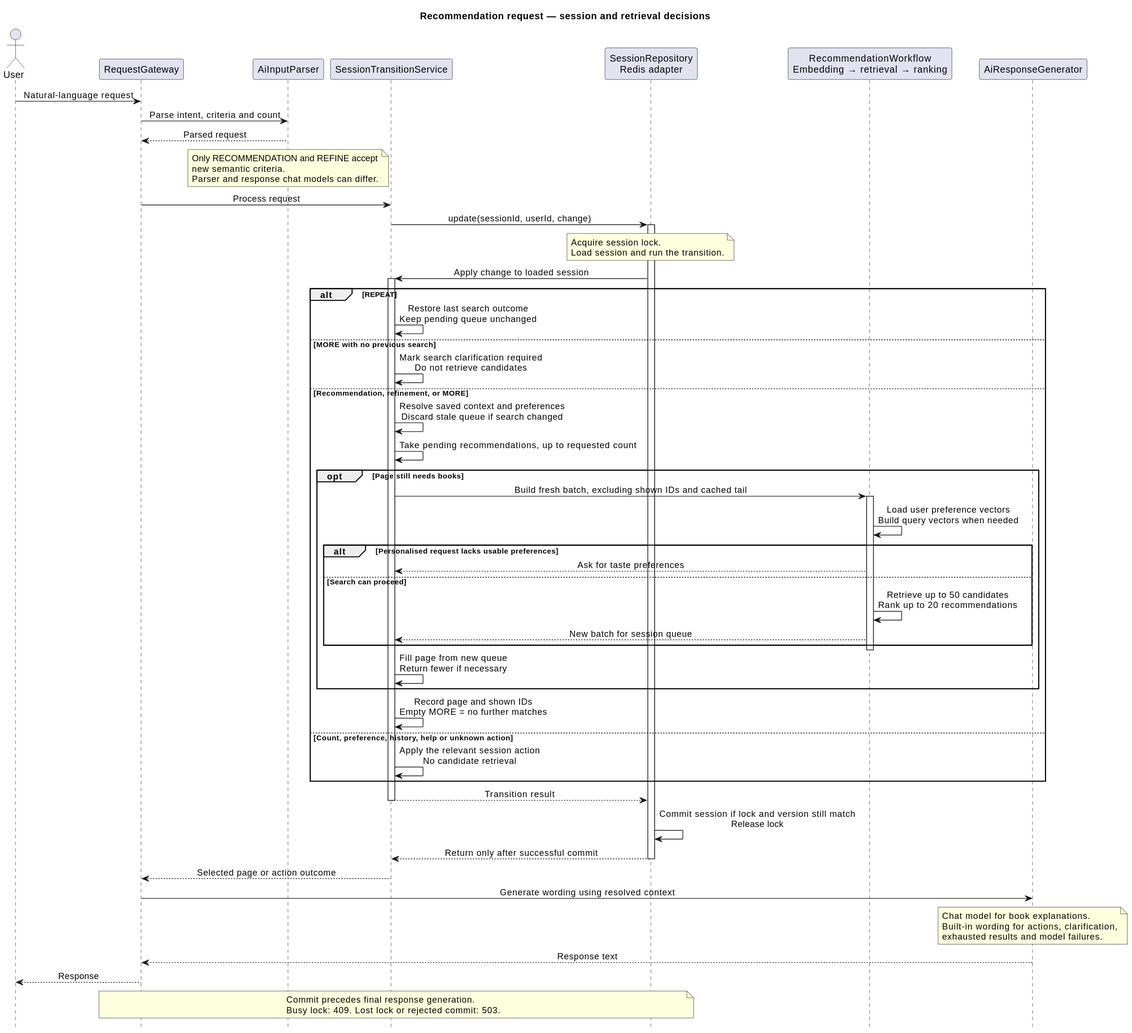
Above: docs/diagrams/recommendation-flow.svg in Juliu9/IT-Project (PlantUML), before the change. Source of this version:
```plantuml
@startuml
title Recommendation request — session and retrieval decisions
skinparam backgroundColor #FFFFFF
skinparam shadowing false
skinparam defaultFontName SansSerif
skinparam sequenceMessageAlign center
hide footbox

actor User
participant RequestGateway as Gateway
participant AiInputParser as Parser
participant SessionTransitionService as Transition
participant "SessionRepository\nRedis adapter" as Sessions
participant "RecommendationWorkflow\nEmbedding → retrieval → ranking" as Workflow
participant AiResponseGenerator as Response

User -> Gateway : Natural-language request
Gateway -> Parser : Parse intent, criteria and count
Parser --> Gateway : Parsed request
note over Parser
  Only RECOMMENDATION and REFINE accept
  new semantic criteria.
  Parser and response chat models can differ.
end note
Gateway -> Transition : Process request
Transition -> Sessions : update(sessionId, userId, change)
activate Sessions
note over Sessions
  Acquire session lock.
  Load session and run the transition.
end note
Sessions -> Transition : Apply change to loaded session
activate Transition

alt REPEAT
  Transition -> Transition : Restore last search outcome\nKeep pending queue unchanged
else MORE with no previous search
  Transition -> Transition : Mark search clarification required\nDo not retrieve candidates
else Recommendation, refinement, or MORE
  Transition -> Transition : Resolve saved context and preferences\nDiscard stale queue if search changed
  Transition -> Transition : Take pending recommendations, up to requested count
  opt Page still needs books
    Transition -> Workflow : Build fresh batch, excluding shown IDs and cached tail
    activate Workflow
    Workflow -> Workflow : Load user preference vectors\nBuild query vectors when needed
    alt Personalised request lacks usable preferences
      Workflow --> Transition : Ask for taste preferences
    else Search can proceed
      Workflow -> Workflow : Retrieve up to 50 candidates\nRank up to 20 recommendations
      Workflow --> Transition : New batch for session queue
    end
    deactivate Workflow
    Transition -> Transition : Fill page from new queue\nReturn fewer if necessary
  end
  Transition -> Transition : Record page and shown IDs\nEmpty MORE = no further matches
else Count, preference, history, help or unknown action
  Transition -> Transition : Apply the relevant session action\nNo candidate retrieval
end

Transition --> Sessions : Transition result
deactivate Transition
Sessions -> Sessions : Commit session if lock and version still match\nRelease lock
Sessions --> Transition : Return only after successful commit
deactivate Sessions
Transition --> Gateway : Selected page or action outcome
Gateway -> Response : Generate wording using resolved context
note over Response
  Chat model for book explanations.
  Built-in wording for actions, clarification,
  exhausted results and model failures.
end note
Response --> Gateway : Response text
Gateway --> User : Response
note over Gateway, Sessions
  Commit precedes final response generation.
  Busy lock: 409. Lost lock or rejected commit: 503.
end note
@enduml
```
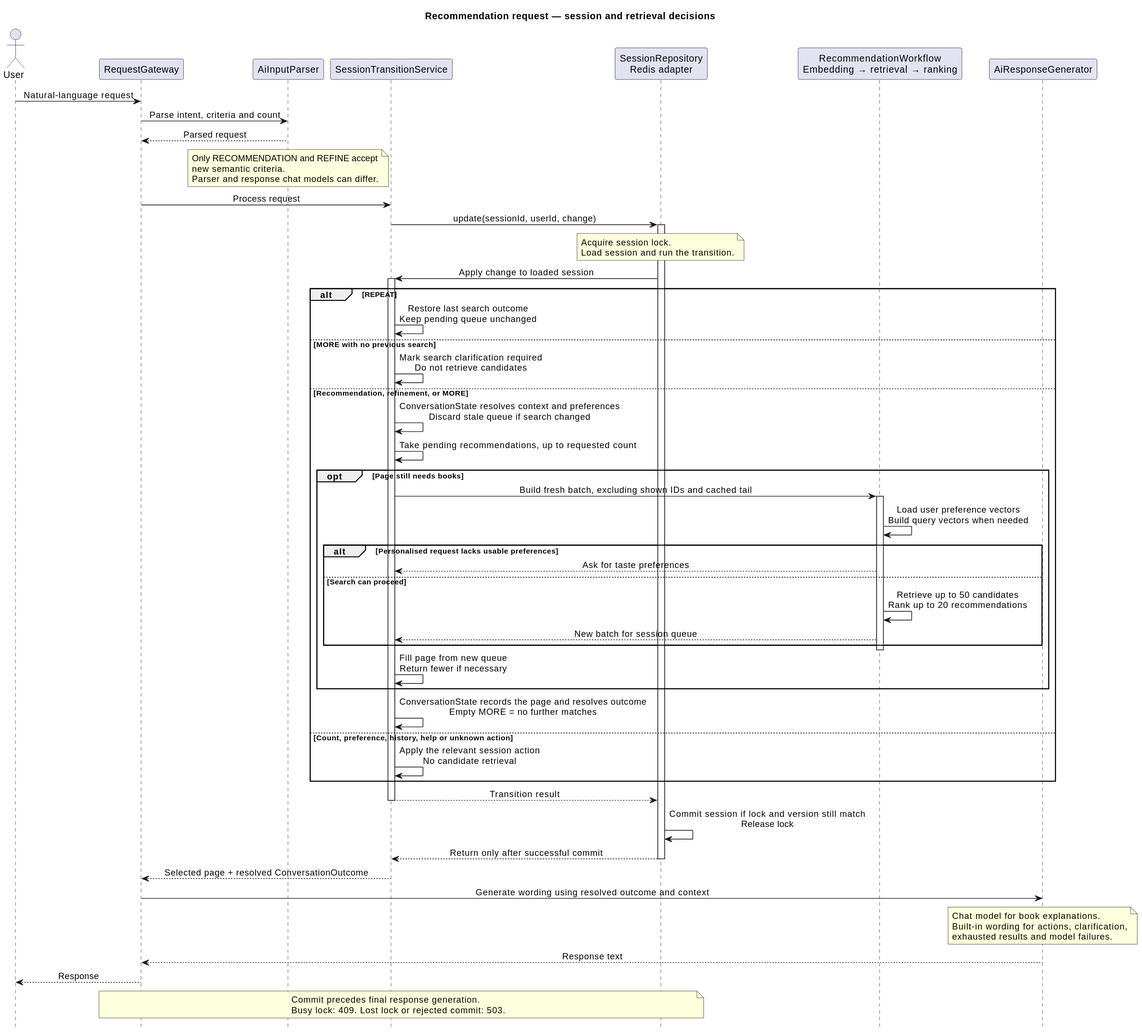
Above is the later version.

The edit, as a diff of the source:
```diff
@@ -37,7 +37,7 @@
 else MORE with no previous search
   Transition -> Transition : Mark search clarification required\nDo not retrieve candidates
 else Recommendation, refinement, or MORE
-  Transition -> Transition : Resolve saved context and preferences\nDiscard stale queue if search changed
+  Transition -> Transition : ConversationState resolves context and preferences\nDiscard stale queue if search changed
   Transition -> Transition : Take pending recommendations, up to requested count
   opt Page still needs books
     Transition -> Workflow : Build fresh batch, excluding shown IDs and cached tail
@@ -52,7 +52,7 @@
     deactivate Workflow
     Transition -> Transition : Fill page from new queue\nReturn fewer if necessary
   end
-  Transition -> Transition : Record page and shown IDs\nEmpty MORE = no further matches
+  Transition -> Transition : ConversationState records the page and resolves outcome\nEmpty MORE = no further matches
 else Count, preference, history, help or unknown action
   Transition -> Transition : Apply the relevant session action\nNo candidate retrieval
 end
@@ -62,8 +62,8 @@
 Sessions -> Sessions : Commit session if lock and version still match\nRelease lock
 Sessions --> Transition : Return only after successful commit
 deactivate Sessions
-Transition --> Gateway : Selected page or action outcome
-Gateway -> Response : Generate wording using resolved context
+Transition --> Gateway : Selected page + resolved ConversationOutcome
+Gateway -> Response : Generate wording using resolved outcome and context
 note over Response
   Chat model for book explanations.
   Built-in wording for actions, clarification,
```
